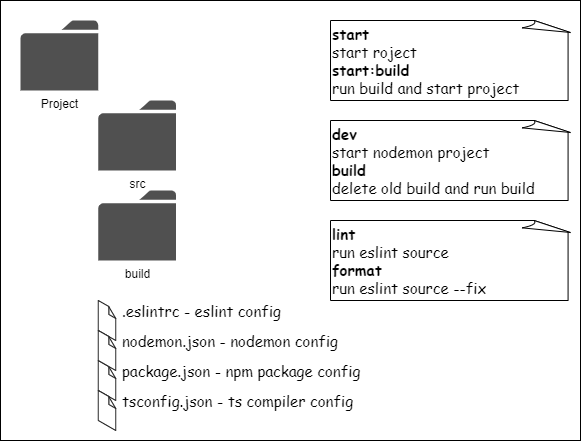
Earlier version of the draw.io export README.png (GnomGad/ts-simple-template). Source tidied: cells renumbered, new cells last; positions are measured from the earlier drawing's top-left corner, leaving out a move shared by most shapes.
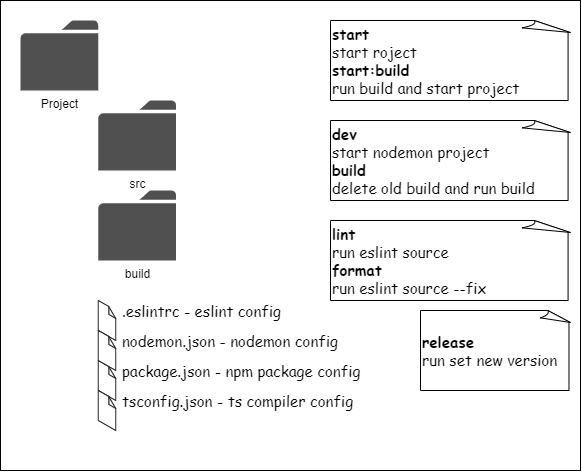
After the change.

Change to the diagram source:
```diff
@@ -3,7 +3,7 @@
     <mxCell id="0" />
     <mxCell id="1" parent="0" />
     <mxCell id="2" style="rounded=0;whiteSpace=wrap;html=1;fontFamily=Comic Sans MS;fontSize=15;" parent="1" vertex="1">
-      <mxGeometry width="580" height="440" as="geometry" />
+      <mxGeometry width="580" height="470" as="geometry" />
     </mxCell>
     <mxCell id="3" value="Project" style="sketch=0;shadow=0;dashed=0;html=1;strokeColor=none;fillColor=#505050;labelPosition=center;verticalLabelPosition=bottom;verticalAlign=top;align=center;shape=mxgraph.office.concepts.folder;" parent="1" vertex="1">
       <mxGeometry x="20" y="20" width="77.8" height="70" as="geometry" />
@@ -47,5 +47,8 @@
     <mxCell id="16" style="verticalLabelPosition=bottom;html=1;verticalAlign=top;strokeWidth=1;align=right;dashed=0;shape=mxgraph.aws3d.file;strokeColor=#292929;fontFamily=Comic Sans MS;fontSize=15;" parent="1" vertex="1">
       <mxGeometry x="97.8" y="390" width="17.4" height="40" as="geometry" />
     </mxCell>
+    <mxCell id="17" value="&lt;b&gt;release&lt;br&gt;&lt;/b&gt;run set new version" style="whiteSpace=wrap;html=1;shape=mxgraph.basic.document;fontFamily=Comic Sans MS;fontSize=15;align=left;" parent="1" vertex="1">
+      <mxGeometry x="420" y="310" width="150" height="80" as="geometry" />
+    </mxCell>
   </root>
 </mxGraphModel>
```
